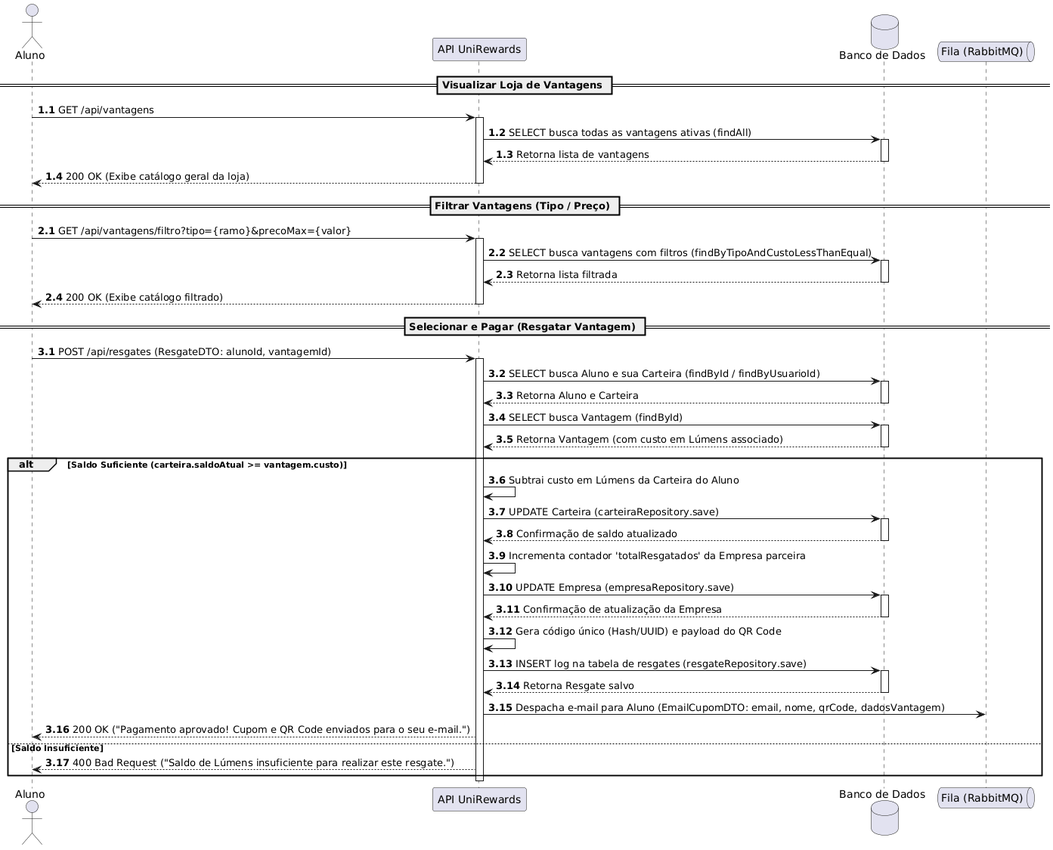
The PlantUML diagram documentos/Diagrama/Sequencia/Diagrama_Sequencia_Resgate_de_Vantagem.png in ViniSimoesV/Sistema-de-Moedas-Estudantil, before a commit.
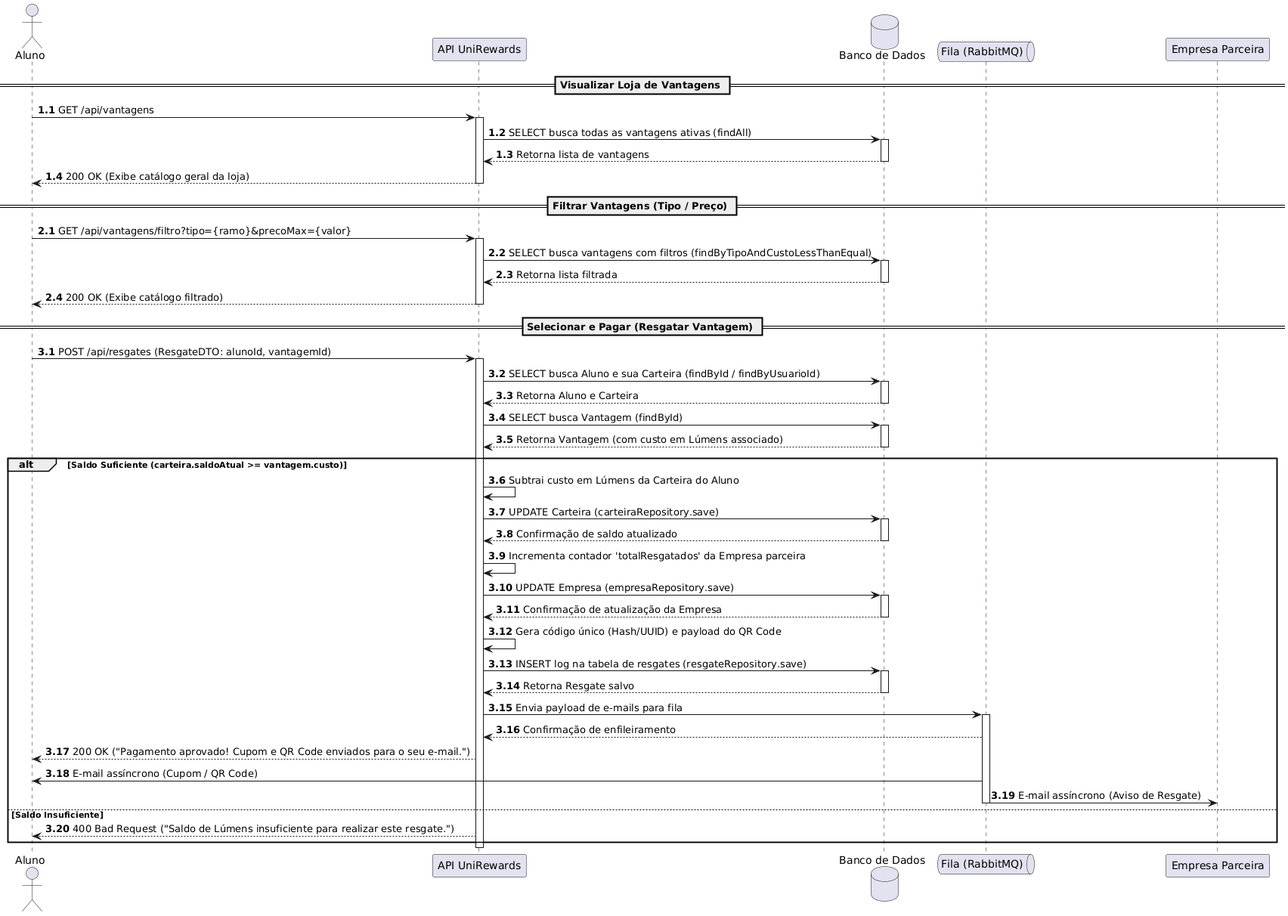
After the change.

Commit message:
diagramas corrigidos

Diff of the diagram source:
```diff
@@ -60,8 +60,14 @@
     db --> api: Retorna Resgate salvo
     deactivate db
 
-    api -> mq: Despacha e-mail para Aluno (EmailCupomDTO: email, nome, qrCode, dadosVantagem)
+    api -> mq: Envia payload de e-mails para fila
+    activate mq
+    mq --> api: Confirmação de enfileiramento
     api --> aluno: 200 OK ("Pagamento aprovado! Cupom e QR Code enviados para o seu e-mail.")
+
+    mq -> aluno: E-mail assíncrono (Cupom / QR Code)
+    mq -> "Empresa Parceira": E-mail assíncrono (Aviso de Resgate)
+    deactivate mq
 else Saldo Insuficiente
     api --> aluno: 400 Bad Request ("Saldo de Lúmens insuficiente para realizar este resgate.")
 end
```
